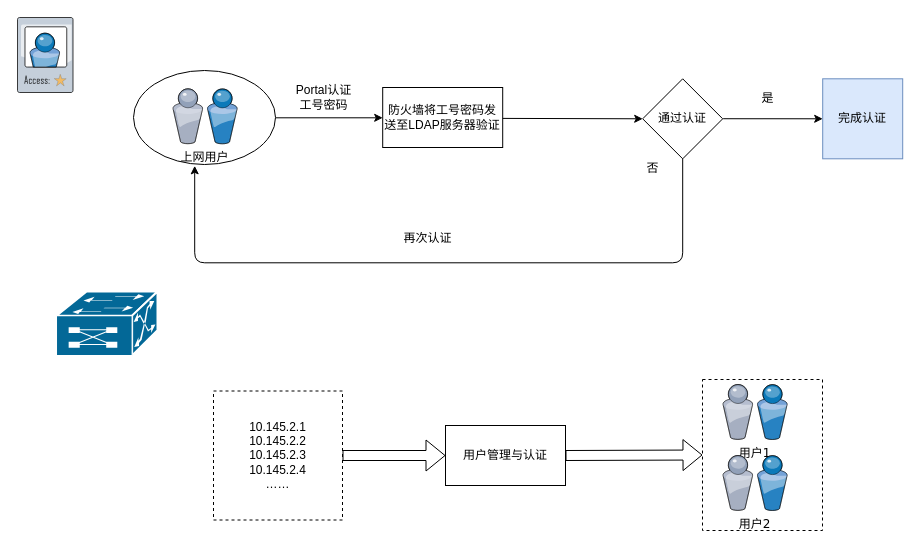
The draw.io diagram 认证流程.drawio in blacksoilzz/hello-world, before the edit. Source tidied: cells renumbered, new cells numbered last; positions are measured from the earlier drawing's top-left corner, leaving out a move shared by most shapes. Both pictures are drawn from the tidied source at 100%, with x=0, y=0 at pixel (17, 17).
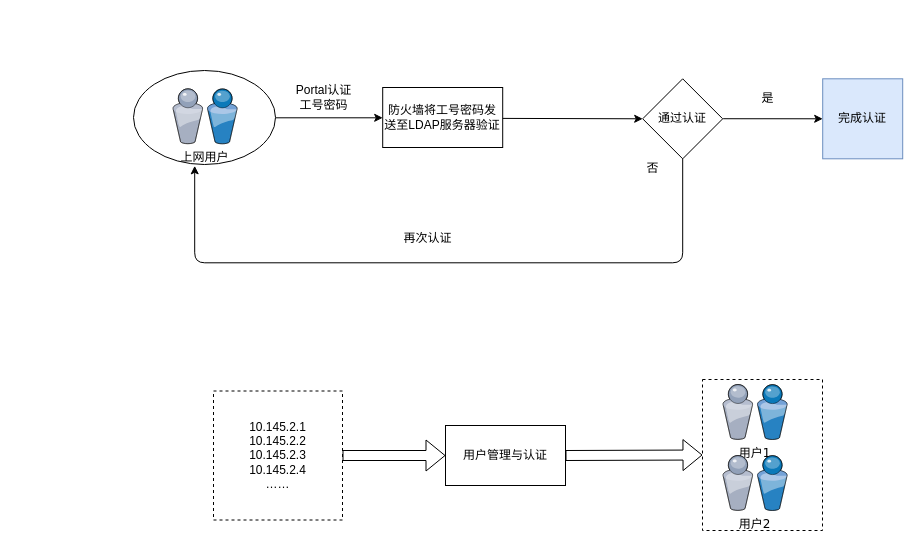
After the change.

Diff of the diagram source:
```diff
@@
-    <mxCell id="22" style="verticalLabelPosition=bottom;html=1;verticalAlign=top;strokeColor=none;align=center;shape=mxgraph.citrix.access_card;" parent="1" vertex="1">
-      <mxGeometry width="55.5" height="75" as="geometry" />
-    </mxCell>
-    <mxCell id="23" style="shape=mxgraph.cisco.switches.multiswitch_device;html=1;dashed=0;fillColor=#036897;strokeColor=#ffffff;strokeWidth=2;verticalLabelPosition=bottom;verticalAlign=top;align=center;" parent="1" vertex="1">
-      <mxGeometry x="39" y="274" width="101" height="64" as="geometry" />
-    </mxCell>
```
